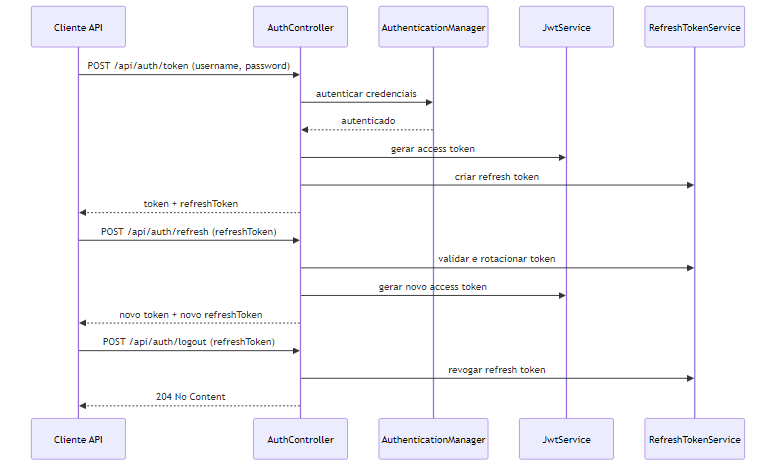
The Mermaid diagram docs/diagrams/arquitetura-auth-sequence.png in viniruggeri/midas-fintech-java, before a commit. Its source is kept beside it as docs/diagrams/arquitetura-auth-sequence.mmd. The source it was exported from:
```mermaid
sequenceDiagram
    participant C as Cliente API
    participant Auth as AuthController
    participant AM as AuthenticationManager
    participant JWT as JwtService
    participant RT as RefreshTokenService

    C->>Auth: POST /api/auth/token (username, password)
    Auth->>AM: autenticar credenciais
    AM-->>Auth: autenticado
    Auth->>JWT: gerar access token
    Auth->>RT: criar refresh token
    Auth-->>C: token + refreshToken

    C->>Auth: POST /api/auth/refresh (refreshToken)
    Auth->>RT: validar e rotacionar token
    Auth->>JWT: gerar novo access token
    Auth-->>C: novo token + novo refreshToken

    C->>Auth: POST /api/auth/logout (refreshToken)
    Auth->>RT: revogar refresh token
    Auth-->>C: 204 No Content
```
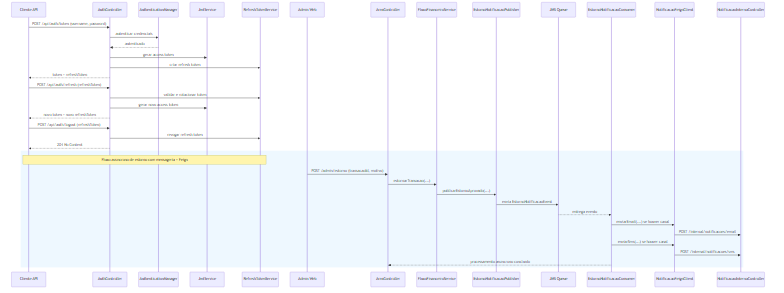
After the change.

Change to the diagram source:
```diff
@@ -20,3 +20,26 @@
     C->>Auth: POST /api/auth/logout (refreshToken)
     Auth->>RT: revogar refresh token
     Auth-->>C: 204 No Content
+
+    rect rgb(238, 248, 255)
+    note over C,RT: Fluxo assíncrono de estorno com mensageria + Feign
+    participant Admin as Admin Web
+    participant Area as AreaController
+    participant Fluxo as FluxoFinanceiroService
+    participant Pub as EstornoNotificacaoPublisher
+    participant Queue as JMS Queue
+    participant Cons as EstornoNotificacaoConsumer
+    participant Feign as NotificacaoFeignClient
+    participant Notif as NotificacaoInternaController
+
+    Admin->>Area: POST /admin/estorno (transacaoId, motivo)
+    Area->>Fluxo: estornarTransacao(...)
+    Fluxo->>Pub: publicarEstornoAprovado(...)
+    Pub->>Queue: envia EstornoNotificacaoEvent
+    Queue-->>Cons: entrega evento
+    Cons->>Feign: enviarEmail(...) se houver canal
+    Feign->>Notif: POST /internal/notificacoes/email
+    Cons->>Feign: enviarSms(...) se houver canal
+    Feign->>Notif: POST /internal/notificacoes/sms
+    Cons-->>Area: processamento assíncrono concluído
+    end
```
